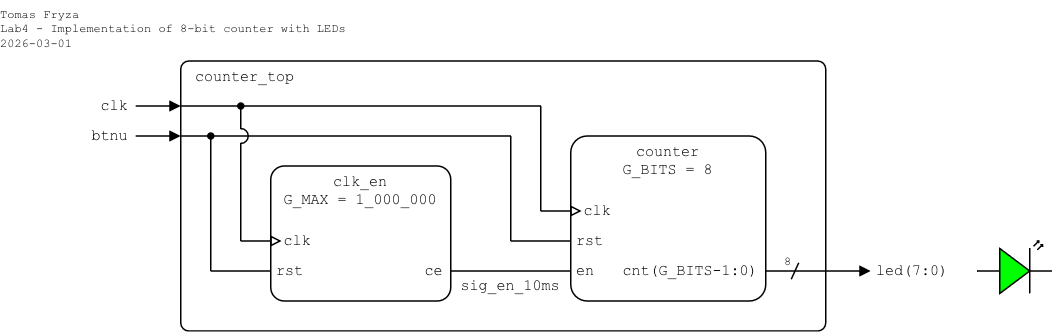
Above: lab4-counter/images/top-level_ver1.png in tomas-fryza/vhdl-examples (draw.io), before the change. Source tidied: cells renumbered, new cells last; positions are measured from the earlier drawing's top-left corner, leaving out a move shared by most shapes.
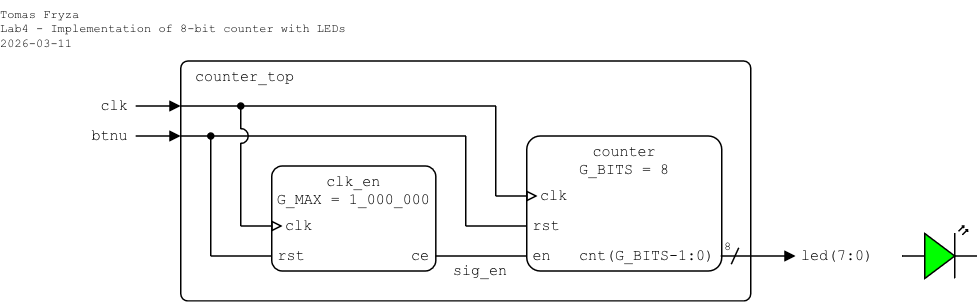
The same file after the commit.

Diff of the diagram source:
```diff
@@ -3,154 +3,154 @@
     <mxCell id="0" />
     <mxCell id="1" parent="0" />
     <mxCell id="2" value="counter_top" style="rounded=1;arcSize=3;whiteSpace=wrap;html=1;align=left;verticalAlign=top;fontFamily=Courier New;absoluteArcSize=0;fillColor=none;fontSize=10;spacingLeft=10;imageHeight=24;spacing=0;" parent="1" vertex="1">
-      <mxGeometry x="120" y="40" width="430" height="180" as="geometry" />
+      <mxGeometry x="120" y="-1360" width="380" height="160" as="geometry" />
     </mxCell>
     <mxCell id="3" style="endArrow=none;html=1;rounded=0;endFill=1;endSize=5;startSize=5;startFill=0;" parent="1" edge="1">
       <mxGeometry relative="1" as="geometry">
-        <mxPoint x="120" y="90" as="sourcePoint" />
-        <mxPoint x="340" y="90" as="targetPoint" />
+        <mxPoint x="120" y="-1310" as="sourcePoint" />
+        <mxPoint x="310" y="-1310" as="targetPoint" />
       </mxGeometry>
     </mxCell>
     <mxCell id="4" style="endArrow=block;html=1;rounded=0;endFill=1;endSize=5;startSize=5;" parent="1" edge="1">
       <mxGeometry relative="1" as="geometry">
-        <mxPoint x="90" y="90" as="sourcePoint" />
-        <mxPoint x="120" y="90" as="targetPoint" />
+        <mxPoint x="90" y="-1310" as="sourcePoint" />
+        <mxPoint x="120" y="-1310" as="targetPoint" />
       </mxGeometry>
     </mxCell>
     <mxCell id="5" value="&lt;div align=&quot;right&quot;&gt;btnu&lt;/div&gt;" style="text;html=1;align=right;verticalAlign=middle;whiteSpace=wrap;rounded=0;fontFamily=Courier New;fontSize=10;fillOpacity=100;spacing=0;spacingLeft=0;spacingRight=5;" parent="1" vertex="1">
-      <mxGeometry x="50" y="80" width="39.6" height="20" as="geometry" />
+      <mxGeometry x="50" y="-1320" width="39.6" height="20" as="geometry" />
     </mxCell>
     <mxCell id="6" style="endArrow=none;html=1;rounded=0;startArrow=none;startFill=0;endSize=4;startSize=4;" parent="1" edge="1">
       <mxGeometry relative="1" as="geometry">
-        <mxPoint x="360" y="140" as="sourcePoint" />
-        <mxPoint x="360" y="70" as="targetPoint" />
+        <mxPoint x="330" y="-1270" as="sourcePoint" />
+        <mxPoint x="330" y="-1330" as="targetPoint" />
       </mxGeometry>
     </mxCell>
     <mxCell id="7" style="endArrow=block;html=1;rounded=0;endFill=1;orthogonal=1;endSize=5;startSize=5;" parent="1" edge="1">
       <mxGeometry relative="1" as="geometry">
-        <mxPoint x="510" y="180" as="sourcePoint" />
-        <mxPoint x="580" y="180" as="targetPoint" />
+        <mxPoint x="480" y="-1230" as="sourcePoint" />
+        <mxPoint x="530" y="-1230" as="targetPoint" />
       </mxGeometry>
     </mxCell>
     <mxCell id="8" value="led(7:0)" style="text;html=1;align=left;verticalAlign=middle;whiteSpace=wrap;rounded=0;fontFamily=Courier New;fontSize=10;fillOpacity=100;spacing=0;spacingLeft=5;" parent="1" vertex="1">
-      <mxGeometry x="579.3" y="170" width="60.6" height="20" as="geometry" />
+      <mxGeometry x="529.3" y="-1240" width="60.6" height="20" as="geometry" />
     </mxCell>
     <mxCell id="9" style="endArrow=block;html=1;rounded=0;endFill=1;endSize=5;startSize=5;" parent="1" edge="1">
       <mxGeometry relative="1" as="geometry">
-        <mxPoint x="90" y="70" as="sourcePoint" />
-        <mxPoint x="120" y="70" as="targetPoint" />
+        <mxPoint x="90" y="-1330" as="sourcePoint" />
+        <mxPoint x="120" y="-1330" as="targetPoint" />
       </mxGeometry>
     </mxCell>
     <mxCell id="10" value="clk" style="text;html=1;align=right;verticalAlign=middle;whiteSpace=wrap;rounded=0;fontFamily=Courier New;fontSize=10;fillOpacity=100;spacing=0;spacingLeft=0;spacingRight=5;" parent="1" vertex="1">
-      <mxGeometry x="60" y="60" width="30" height="20" as="geometry" />
+      <mxGeometry x="60" y="-1340" width="30" height="20" as="geometry" />
     </mxCell>
     <mxCell id="11" style="endArrow=none;html=1;rounded=0;startArrow=none;startFill=0;endSize=4;startSize=4;" parent="1" edge="1">
       <mxGeometry relative="1" as="geometry">
-        <mxPoint x="340" y="90" as="sourcePoint" />
-        <mxPoint x="340" y="160" as="targetPoint" />
+        <mxPoint x="310" y="-1310" as="sourcePoint" />
+        <mxPoint x="310" y="-1250" as="targetPoint" />
       </mxGeometry>
     </mxCell>
-    <mxCell id="12" value="&lt;div&gt;counter&lt;/div&gt;&lt;div&gt;G_BITS = 8&lt;/div&gt;" style="rounded=1;arcSize=10;align=center;verticalAlign=top;fontFamily=Courier New;absoluteArcSize=0;fillColor=none;fixDash=0;fontSize=10;spacingLeft=0;labelBorderColor=none;spacingTop=0;spacing=0;labelBackgroundColor=none;whiteSpace=wrap;html=1;strokeWidth=1;shadow=0;glass=0;" parent="1" vertex="1">
-      <mxGeometry x="380" y="90" width="130" height="110" as="geometry" />
+    <mxCell id="12" style="endArrow=none;html=1;rounded=0;endFill=0;endSize=5;startSize=5;" parent="1" edge="1">
+      <mxGeometry relative="1" as="geometry">
+        <mxPoint x="290" y="-1230" as="sourcePoint" />
+        <mxPoint x="350" y="-1230" as="targetPoint" />
+      </mxGeometry>
     </mxCell>
-    <mxCell id="13" value="rst" style="text;html=1;align=left;verticalAlign=middle;whiteSpace=wrap;rounded=0;fontFamily=Courier New;fontSize=10;fillOpacity=100;spacingLeft=5;spacing=0;" parent="1" vertex="1">
-      <mxGeometry x="379.4" y="150" width="30.6" height="20" as="geometry" />
+    <mxCell id="13" style="endArrow=block;html=1;rounded=0;endFill=0;endSize=5;startSize=5;" parent="1" edge="1">
+      <mxGeometry relative="1" as="geometry">
+        <mxPoint x="330" y="-1270" as="sourcePoint" />
+        <mxPoint x="358" y="-1270" as="targetPoint" />
+      </mxGeometry>
     </mxCell>
-    <mxCell id="14" value="clk" style="text;html=1;align=left;verticalAlign=middle;whiteSpace=wrap;rounded=0;fontFamily=Courier New;fontSize=10;fillOpacity=100;spacing=0;spacingLeft=10;" parent="1" vertex="1">
-      <mxGeometry x="379.4" y="130" width="40.6" height="20" as="geometry" />
+    <mxCell id="14" style="endArrow=none;html=1;rounded=0;endFill=0;endSize=5;startSize=5;" parent="1" edge="1">
+      <mxGeometry relative="1" as="geometry">
+        <mxPoint x="310" y="-1250" as="sourcePoint" />
+        <mxPoint x="350" y="-1250" as="targetPoint" />
+      </mxGeometry>
     </mxCell>
     <mxCell id="15" style="endArrow=none;html=1;rounded=0;endFill=0;endSize=5;startSize=5;" parent="1" edge="1">
       <mxGeometry relative="1" as="geometry">
-        <mxPoint x="300" y="180" as="sourcePoint" />
-        <mxPoint x="380" y="180" as="targetPoint" />
+        <mxPoint x="120" y="-1330" as="sourcePoint" />
+        <mxPoint x="330" y="-1330" as="targetPoint" />
       </mxGeometry>
     </mxCell>
-    <mxCell id="16" style="endArrow=block;html=1;rounded=0;endFill=0;endSize=5;startSize=5;" parent="1" edge="1">
-      <mxGeometry relative="1" as="geometry">
-        <mxPoint x="360" y="140" as="sourcePoint" />
-        <mxPoint x="387.2" y="140" as="targetPoint" />
-      </mxGeometry>
+    <mxCell id="16" value="sig_en" style="text;html=1;align=center;verticalAlign=middle;whiteSpace=wrap;rounded=0;fontFamily=Courier New;fontSize=10;fillOpacity=100;spacing=0;spacingLeft=0;" parent="1" vertex="1">
+      <mxGeometry x="290" y="-1225" width="60" height="10" as="geometry" />
     </mxCell>
-    <mxCell id="17" value="cnt(G_BITS-1:0)" style="text;html=1;align=right;verticalAlign=middle;whiteSpace=wrap;rounded=0;fontFamily=Courier New;fontSize=10;fillOpacity=100;spacing=0;spacingRight=5;" parent="1" vertex="1">
-      <mxGeometry x="400" y="170" width="110" height="20" as="geometry" />
+    <mxCell id="17" style="endArrow=block;html=1;rounded=0;endFill=0;endSize=5;startSize=5;" parent="1" edge="1">
+      <mxGeometry relative="1" as="geometry">
+        <mxPoint x="160" y="-1250" as="sourcePoint" />
+        <mxPoint x="188" y="-1250" as="targetPoint" />
+      </mxGeometry>
     </mxCell>
-    <mxCell id="18" value="en" style="text;html=1;align=left;verticalAlign=middle;whiteSpace=wrap;rounded=0;fontFamily=Courier New;fontSize=10;fillOpacity=100;spacingLeft=5;spacing=0;" parent="1" vertex="1">
-      <mxGeometry x="379.4" y="170" width="30.6" height="20" as="geometry" />
+    <mxCell id="18" style="endArrow=none;html=1;rounded=0;endFill=0;endSize=5;startSize=5;" parent="1" edge="1">
+      <mxGeometry relative="1" as="geometry">
+        <mxPoint x="140" y="-1230" as="sourcePoint" />
+        <mxPoint x="180" y="-1230" as="targetPoint" />
+      </mxGeometry>
     </mxCell>
-    <mxCell id="19" style="endArrow=none;html=1;rounded=0;endFill=0;endSize=5;startSize=5;" parent="1" edge="1">
+    <mxCell id="19" style="endArrow=oval;html=1;rounded=0;startArrow=none;startFill=0;endSize=4;startSize=4;endFill=1;" parent="1" edge="1">
       <mxGeometry relative="1" as="geometry">
-        <mxPoint x="340" y="160" as="sourcePoint" />
-        <mxPoint x="380" y="160" as="targetPoint" />
+        <mxPoint x="160" y="-1314.5" as="sourcePoint" />
+        <mxPoint x="160" y="-1330" as="targetPoint" />
       </mxGeometry>
     </mxCell>
-    <mxCell id="20" style="endArrow=none;html=1;rounded=0;endFill=0;endSize=5;startSize=5;" parent="1" edge="1">
+    <mxCell id="20" style="endArrow=none;html=1;rounded=0;startArrow=oval;startFill=1;endSize=4;startSize=4;" parent="1" edge="1">
       <mxGeometry relative="1" as="geometry">
-        <mxPoint x="120" y="70" as="sourcePoint" />
-        <mxPoint x="360" y="70" as="targetPoint" />
+        <mxPoint x="140" y="-1310" as="sourcePoint" />
+        <mxPoint x="140" y="-1230" as="targetPoint" />
       </mxGeometry>
     </mxCell>
-    <mxCell id="21" value="sig_en_10ms" style="text;html=1;align=center;verticalAlign=middle;whiteSpace=wrap;rounded=0;fontFamily=Courier New;fontSize=10;fillOpacity=100;spacing=0;spacingLeft=0;" parent="1" vertex="1">
-      <mxGeometry x="300" y="185" width="80" height="10" as="geometry" />
+    <mxCell id="21" style="verticalLabelPosition=bottom;verticalAlign=top;html=1;shape=mxgraph.basic.arc;startAngle=0.75;endAngle=0.25;rotation=90;" parent="1" vertex="1">
+      <mxGeometry x="155" y="-1315" width="10" height="10" as="geometry" />
     </mxCell>
-    <mxCell id="22" value="clk_en&lt;div&gt;G_MAX = 1_000_000&lt;br&gt;&lt;/div&gt;" style="rounded=1;arcSize=10;align=center;verticalAlign=top;fontFamily=Courier New;absoluteArcSize=0;fillColor=none;fixDash=0;fontSize=10;spacingLeft=0;labelBorderColor=none;spacingTop=0;spacing=0;labelBackgroundColor=none;whiteSpace=wrap;html=1;strokeWidth=1;shadow=0;glass=0;" parent="1" vertex="1">
-      <mxGeometry x="180" y="110" width="120" height="90" as="geometry" />
+    <mxCell id="22" style="verticalLabelPosition=bottom;shadow=0;dashed=0;align=center;html=1;verticalAlign=top;shape=mxgraph.electrical.opto_electronics.led_2;fillColor=#00FF00;" parent="1" vertex="1">
+      <mxGeometry x="601" y="-1250" width="50" height="35" as="geometry" />
     </mxCell>
-    <mxCell id="23" value="rst" style="text;html=1;align=left;verticalAlign=middle;whiteSpace=wrap;rounded=0;fontFamily=Courier New;fontSize=10;fillOpacity=100;spacingLeft=5;spacing=0;" parent="1" vertex="1">
-      <mxGeometry x="179.4" y="170" width="30.6" height="20" as="geometry" />
+    <mxCell id="23" style="endArrow=none;html=1;rounded=0;startArrow=none;startFill=0;endSize=4;startSize=4;" parent="1" edge="1">
+      <mxGeometry relative="1" as="geometry">
+        <mxPoint x="160" y="-1305.5" as="sourcePoint" />
+        <mxPoint x="160" y="-1250" as="targetPoint" />
+      </mxGeometry>
     </mxCell>
-    <mxCell id="24" value="clk" style="text;html=1;align=left;verticalAlign=middle;whiteSpace=wrap;rounded=0;fontFamily=Courier New;fontSize=10;fillOpacity=100;spacing=0;spacingLeft=10;" parent="1" vertex="1">
-      <mxGeometry x="179.4" y="150" width="30.6" height="20" as="geometry" />
+    <mxCell id="24" value="&lt;div&gt;Tomas Fryza&lt;/div&gt;&lt;div&gt;Lab4 - Implementation of 8-bit counter with LEDs&lt;/div&gt;&lt;div&gt;2026-03-11&lt;/div&gt;" style="text;html=1;align=left;verticalAlign=top;whiteSpace=wrap;rounded=0;fontFamily=Courier New;fontSize=8;fillOpacity=100;spacing=0;spacingLeft=0;" parent="1" vertex="1">
+      <mxGeometry y="-1400" width="240" height="40" as="geometry" />
     </mxCell>
-    <mxCell id="25" style="endArrow=block;html=1;rounded=0;endFill=0;endSize=5;startSize=5;" parent="1" edge="1">
-      <mxGeometry relative="1" as="geometry">
-        <mxPoint x="160" y="160" as="sourcePoint" />
-        <mxPoint x="187.2" y="160" as="targetPoint" />
-      </mxGeometry>
+    <mxCell id="25" value="8" style="text;html=1;align=center;verticalAlign=middle;whiteSpace=wrap;rounded=0;fontFamily=Courier New;fontSize=8;fillOpacity=100;spacing=2;spacingRight=0;" parent="1" vertex="1">
+      <mxGeometry x="480" y="-1246" width="10" height="20" as="geometry" />
     </mxCell>
-    <mxCell id="26" value="ce" style="text;html=1;align=right;verticalAlign=middle;whiteSpace=wrap;rounded=0;fontFamily=Courier New;fontSize=10;fillOpacity=100;spacing=0;spacingRight=5;" parent="1" vertex="1">
-      <mxGeometry x="270" y="170" width="30" height="20" as="geometry" />
+    <mxCell id="26" style="endArrow=none;html=1;rounded=0;startArrow=none;startFill=0;endSize=4;startSize=4;" parent="1" edge="1">
+      <mxGeometry relative="1" as="geometry">
+        <mxPoint x="492" y="-1235.5" as="sourcePoint" />
+        <mxPoint x="487" y="-1224.5" as="targetPoint" />
+      </mxGeometry>
     </mxCell>
-    <mxCell id="27" style="endArrow=none;html=1;rounded=0;endFill=0;endSize=5;startSize=5;" parent="1" edge="1">
-      <mxGeometry relative="1" as="geometry">
-        <mxPoint x="140" y="180" as="sourcePoint" />
-        <mxPoint x="180" y="180" as="targetPoint" />
-      </mxGeometry>
+    <mxCell id="27" value="clk_en&lt;div&gt;G_MAX = 1_000_000&lt;br&gt;&lt;/div&gt;" style="rounded=1;arcSize=10;align=center;verticalAlign=top;fontFamily=Courier New;absoluteArcSize=0;fillColor=none;fixDash=0;fontSize=10;spacingLeft=0;labelBorderColor=none;spacingTop=0;spacing=0;labelBackgroundColor=none;whiteSpace=wrap;html=1;strokeWidth=1;shadow=0;glass=0;" parent="1" vertex="1">
+      <mxGeometry x="180.6" y="-1290" width="109.4" height="70" as="geometry" />
     </mxCell>
-    <mxCell id="28" style="endArrow=oval;html=1;rounded=0;startArrow=none;startFill=0;endSize=4;startSize=4;endFill=1;" parent="1" edge="1">
-      <mxGeometry relative="1" as="geometry">
-        <mxPoint x="160" y="85.5" as="sourcePoint" />
-        <mxPoint x="160" y="70" as="targetPoint" />
-      </mxGeometry>
+    <mxCell id="28" value="rst" style="text;html=1;align=left;verticalAlign=middle;whiteSpace=wrap;rounded=0;fontFamily=Courier New;fontSize=10;fillOpacity=100;spacingLeft=5;spacing=0;" parent="1" vertex="1">
+      <mxGeometry x="180" y="-1240" width="40.6" height="20" as="geometry" />
     </mxCell>
-    <mxCell id="29" style="endArrow=none;html=1;rounded=0;startArrow=oval;startFill=1;endSize=4;startSize=4;" parent="1" edge="1">
-      <mxGeometry relative="1" as="geometry">
-        <mxPoint x="140" y="90" as="sourcePoint" />
-        <mxPoint x="140" y="180" as="targetPoint" />
-      </mxGeometry>
+    <mxCell id="29" value="clk" style="text;html=1;align=left;verticalAlign=middle;whiteSpace=wrap;rounded=0;fontFamily=Courier New;fontSize=10;fillOpacity=100;spacing=0;spacingLeft=10;" parent="1" vertex="1">
+      <mxGeometry x="180" y="-1260" width="40.6" height="20" as="geometry" />
     </mxCell>
-    <mxCell id="30" style="verticalLabelPosition=bottom;verticalAlign=top;html=1;shape=mxgraph.basic.arc;startAngle=0.75;endAngle=0.25;rotation=90;" parent="1" vertex="1">
-      <mxGeometry x="155" y="85" width="10" height="10" as="geometry" />
+    <mxCell id="30" value="ce" style="text;html=1;align=right;verticalAlign=middle;whiteSpace=wrap;rounded=0;fontFamily=Courier New;fontSize=10;fillOpacity=100;spacing=0;spacingRight=5;" parent="1" vertex="1">
+      <mxGeometry x="260.6" y="-1240" width="30" height="20" as="geometry" />
     </mxCell>
-    <mxCell id="31" style="verticalLabelPosition=bottom;shadow=0;dashed=0;align=center;html=1;verticalAlign=top;shape=mxgraph.electrical.opto_electronics.led_2;fillColor=#00FF00;" parent="1" vertex="1">
-      <mxGeometry x="651" y="160" width="50" height="35" as="geometry" />
+    <mxCell id="31" value="&lt;div&gt;counter&lt;/div&gt;&lt;div&gt;G_BITS = 8&lt;/div&gt;" style="rounded=1;arcSize=10;align=center;verticalAlign=top;fontFamily=Courier New;absoluteArcSize=0;fillColor=none;fixDash=0;fontSize=10;spacingLeft=0;labelBorderColor=none;spacingTop=0;spacing=0;labelBackgroundColor=none;whiteSpace=wrap;html=1;strokeWidth=1;shadow=0;glass=0;" parent="1" vertex="1">
+      <mxGeometry x="350.6" y="-1310" width="130" height="90" as="geometry" />
     </mxCell>
-    <mxCell id="32" style="endArrow=none;html=1;rounded=0;startArrow=none;startFill=0;endSize=4;startSize=4;" parent="1" edge="1">
-      <mxGeometry relative="1" as="geometry">
-        <mxPoint x="160" y="94.5" as="sourcePoint" />
-        <mxPoint x="160" y="160" as="targetPoint" />
-      </mxGeometry>
+    <mxCell id="32" value="rst" style="text;html=1;align=left;verticalAlign=middle;whiteSpace=wrap;rounded=0;fontFamily=Courier New;fontSize=10;fillOpacity=100;spacingLeft=5;spacing=0;" parent="1" vertex="1">
+      <mxGeometry x="350" y="-1260" width="30.6" height="20" as="geometry" />
     </mxCell>
-    <mxCell id="33" value="&lt;div&gt;Tomas Fryza&lt;/div&gt;&lt;div&gt;Lab4 - Implementation of 8-bit counter with LEDs&lt;/div&gt;&lt;div&gt;2026-03-01&lt;/div&gt;" style="text;html=1;align=left;verticalAlign=top;whiteSpace=wrap;rounded=0;fontFamily=Courier New;fontSize=8;fillOpacity=100;spacing=0;spacingLeft=0;" parent="1" vertex="1">
-      <mxGeometry width="240" height="40" as="geometry" />
+    <mxCell id="33" value="clk" style="text;html=1;align=left;verticalAlign=middle;whiteSpace=wrap;rounded=0;fontFamily=Courier New;fontSize=10;fillOpacity=100;spacing=0;spacingLeft=10;" parent="1" vertex="1">
+      <mxGeometry x="350" y="-1280" width="40.6" height="20" as="geometry" />
     </mxCell>
-    <mxCell id="34" value="8" style="text;html=1;align=center;verticalAlign=middle;whiteSpace=wrap;rounded=0;fontFamily=Courier New;fontSize=8;fillOpacity=100;spacing=2;spacingRight=0;" parent="1" vertex="1">
-      <mxGeometry x="520" y="164" width="10" height="20" as="geometry" />
+    <mxCell id="34" value="cnt(G_BITS-1:0)" style="text;html=1;align=right;verticalAlign=middle;whiteSpace=wrap;rounded=0;fontFamily=Courier New;fontSize=10;fillOpacity=100;spacing=0;spacingRight=5;" parent="1" vertex="1">
+      <mxGeometry x="370.6" y="-1240" width="110" height="20" as="geometry" />
     </mxCell>
-    <mxCell id="35" style="endArrow=none;html=1;rounded=0;startArrow=none;startFill=0;endSize=4;startSize=4;" parent="1" edge="1">
-      <mxGeometry relative="1" as="geometry">
-        <mxPoint x="532" y="174.5" as="sourcePoint" />
-        <mxPoint x="527" y="185.5" as="targetPoint" />
-      </mxGeometry>
+    <mxCell id="35" value="en" style="text;html=1;align=left;verticalAlign=middle;whiteSpace=wrap;rounded=0;fontFamily=Courier New;fontSize=10;fillOpacity=100;spacingLeft=5;spacing=0;" parent="1" vertex="1">
+      <mxGeometry x="350" y="-1240" width="30.6" height="20" as="geometry" />
     </mxCell>
   </root>
 </mxGraphModel>
```
